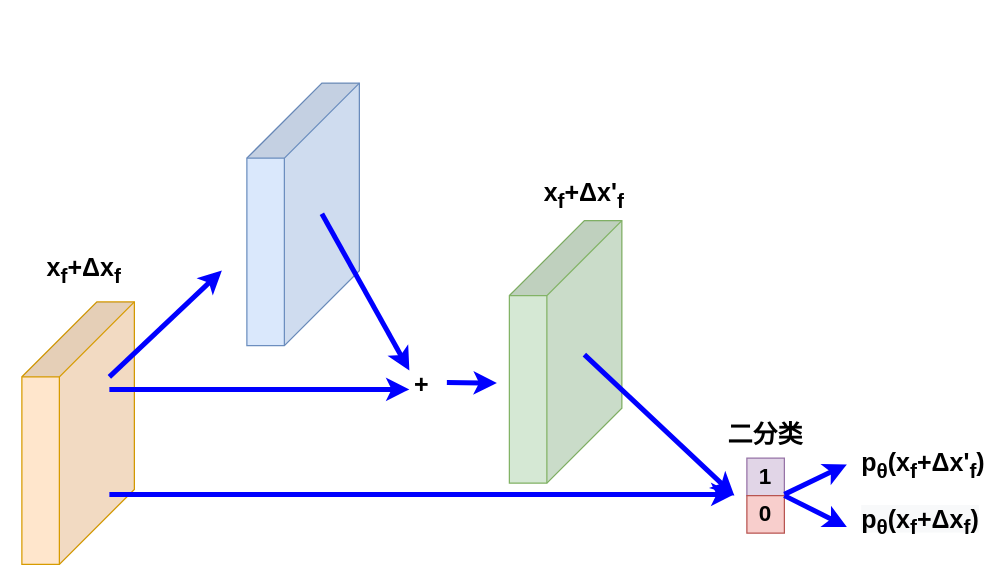
Above: Untitled Diagram.drawio in lccst/docs (draw.io), before the change. Source tidied: cells renumbered, new cells numbered last; positions are measured from the earlier drawing's top-left corner, leaving out a move shared by most shapes. Both pictures are drawn from the tidied source at 125%, with x=0, y=0 at pixel (-54, 158).
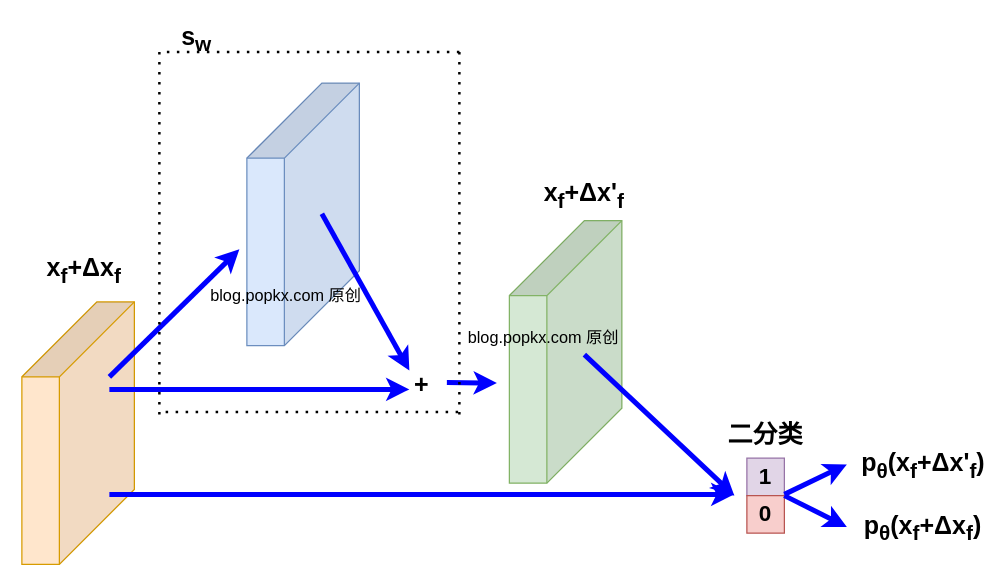
After the change.

What changed in the source:
```diff
@@
     <mxCell id="7" style="endArrow=classic;html=1;strokeColor=#0000FF;strokeWidth=4;" parent="1" edge="1">
       <mxGeometry relative="1" as="geometry">
         <mxPoint x="130" y="175" as="sourcePoint" />
-        <mxPoint x="220" y="90" as="targetPoint" />
+        <mxPoint x="234" y="73" as="targetPoint" />
       </mxGeometry>
     </mxCell>
@@
-    <mxCell id="18" value="&lt;span style=&quot;color: rgb(0 , 0 , 0) ; font-family: &amp;#34;helvetica&amp;#34; ; font-style: normal ; font-weight: 400 ; letter-spacing: normal ; text-align: center ; text-indent: 0px ; text-transform: none ; word-spacing: 0px ; background-color: rgb(248 , 249 , 250) ; font-size: 20px&quot;&gt;&lt;b&gt;p&lt;sub&gt;θ&lt;/sub&gt;(x&lt;sub&gt;f&lt;/sub&gt;+Δ&lt;/b&gt;&lt;/span&gt;&lt;b style=&quot;color: rgb(0 , 0 , 0) ; font-family: &amp;#34;helvetica&amp;#34; ; font-style: normal ; letter-spacing: normal ; text-align: center ; text-indent: 0px ; text-transform: none ; word-spacing: 0px ; background-color: rgb(248 , 249 , 250) ; font-size: 20px&quot;&gt;x&lt;sub&gt;f&lt;/sub&gt;)&lt;/b&gt;" style="text;whiteSpace=wrap;html=1;" parent="1" vertex="1">
-      <mxGeometry x="730" y="270" width="80" height="40" as="geometry" />
-    </mxCell>
@@
+    <mxCell id="18" value="&lt;span style=&quot;font-family: &amp;#34;helvetica&amp;#34; ; text-align: center ; font-size: 20px&quot;&gt;&lt;b&gt;p&lt;sub&gt;θ&lt;/sub&gt;(x&lt;sub&gt;f&lt;/sub&gt;+Δ&lt;/b&gt;&lt;/span&gt;&lt;b style=&quot;font-family: &amp;#34;helvetica&amp;#34; ; text-align: center ; font-size: 20px&quot;&gt;x&lt;sub&gt;f&lt;/sub&gt;)&lt;/b&gt;" style="text;whiteSpace=wrap;html=1;" parent="1" vertex="1">
+      <mxGeometry x="732" y="275" width="80" height="40" as="geometry" />
+    </mxCell>
+    <mxCell id="21" style="endArrow=none;dashed=1;html=1;dashPattern=1 3;strokeWidth=2;" parent="1" edge="1">
+      <mxGeometry relative="1" as="geometry">
+        <mxPoint x="170" y="205" as="sourcePoint" />
+        <mxPoint x="170" y="-85" as="targetPoint" />
+      </mxGeometry>
+    </mxCell>
+    <mxCell id="22" style="endArrow=none;dashed=1;html=1;dashPattern=1 3;strokeWidth=2;" parent="1" edge="1">
+      <mxGeometry relative="1" as="geometry">
+        <mxPoint x="410" y="205" as="sourcePoint" />
+        <mxPoint x="410" y="-85" as="targetPoint" />
+      </mxGeometry>
+    </mxCell>
+    <mxCell id="23" style="endArrow=none;dashed=1;html=1;dashPattern=1 3;strokeWidth=2;" parent="1" edge="1">
+      <mxGeometry relative="1" as="geometry">
+        <mxPoint x="410" y="-85" as="sourcePoint" />
+        <mxPoint x="170" y="-85" as="targetPoint" />
+      </mxGeometry>
+    </mxCell>
+    <mxCell id="24" style="endArrow=none;dashed=1;html=1;dashPattern=1 3;strokeWidth=2;" parent="1" edge="1">
+      <mxGeometry relative="1" as="geometry">
+        <mxPoint x="409" y="203" as="sourcePoint" />
+        <mxPoint x="169" y="203" as="targetPoint" />
+      </mxGeometry>
+    </mxCell>
+    <mxCell id="25" value="&lt;span style=&quot;font-size: 20px&quot;&gt;&lt;b&gt;s&lt;sub&gt;w&lt;/sub&gt;&lt;/b&gt;&lt;/span&gt;" style="text;html=1;strokeColor=none;fillColor=none;align=center;verticalAlign=middle;whiteSpace=wrap;rounded=0;" parent="1" vertex="1">
+      <mxGeometry x="180" y="-105" width="40" height="20" as="geometry" />
+    </mxCell>
+    <mxCell id="26" value="&lt;font style=&quot;font-size: 13px&quot;&gt;blog.popkx.com 原创&lt;/font&gt;" style="text;html=1;strokeColor=none;fillColor=none;align=center;verticalAlign=middle;whiteSpace=wrap;rounded=0;" parent="1" vertex="1">
+      <mxGeometry x="202" y="100" width="139" height="20" as="geometry" />
+    </mxCell>
+    <mxCell id="27" value="&lt;font style=&quot;font-size: 13px&quot;&gt;blog.popkx.com 原创&lt;/font&gt;" style="text;html=1;strokeColor=none;fillColor=none;align=center;verticalAlign=middle;whiteSpace=wrap;rounded=0;" parent="1" vertex="1">
+      <mxGeometry x="408" y="133" width="139" height="20" as="geometry" />
+    </mxCell>
```
